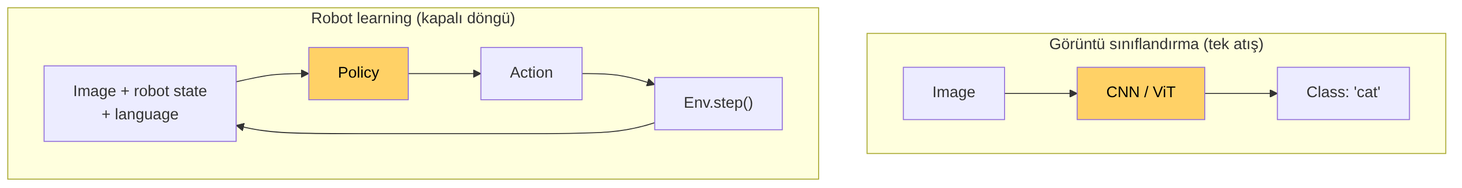
Above: lectures/images/lecture-01/02-classification-vs-robot.png in mesutd0nmez/vla-robot-learning-tr (Mermaid), before the change. Its source is kept beside it as lectures/images/lecture-01/02-classification-vs-robot.mmd.
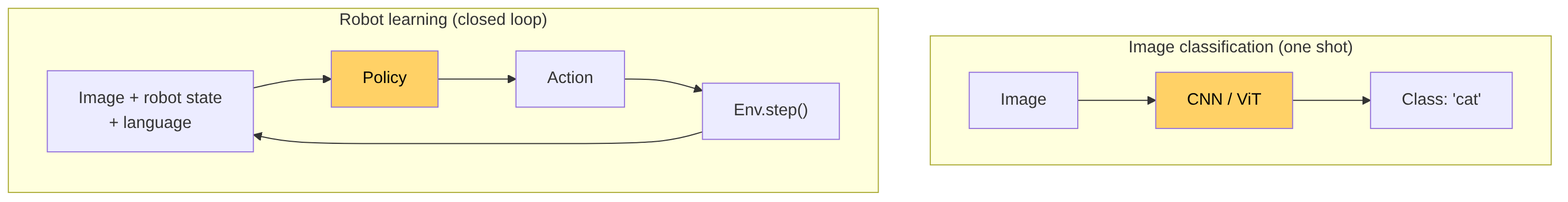
After the change.

Change to the diagram source:
```diff
@@ -1,9 +1,9 @@
 flowchart TB
-    subgraph C["Görüntü sınıflandırma (tek atış)"]
+    subgraph C["Image classification (one shot)"]
         direction LR
         I1["Image"] --> M1["CNN / ViT"] --> L1["Class: 'cat'"]
     end
-    subgraph R["Robot learning (kapalı döngü)"]
+    subgraph R["Robot learning (closed loop)"]
         direction LR
         I2["Image + robot state<br/>+ language"] --> M2["Policy"] --> L2["Action"] --> E["Env.step()"] --> I2
     end
```
